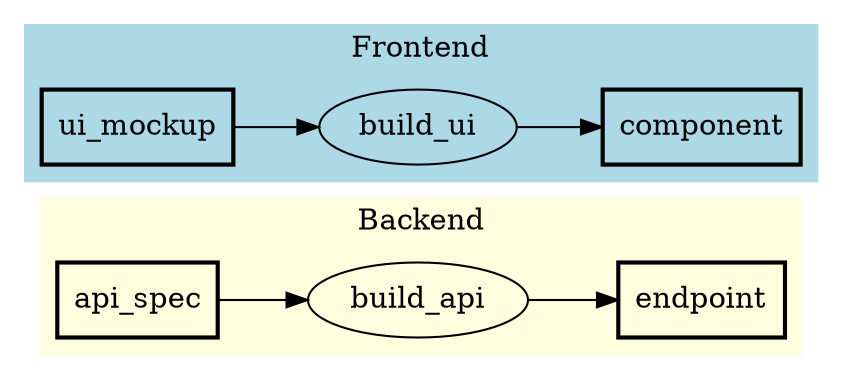
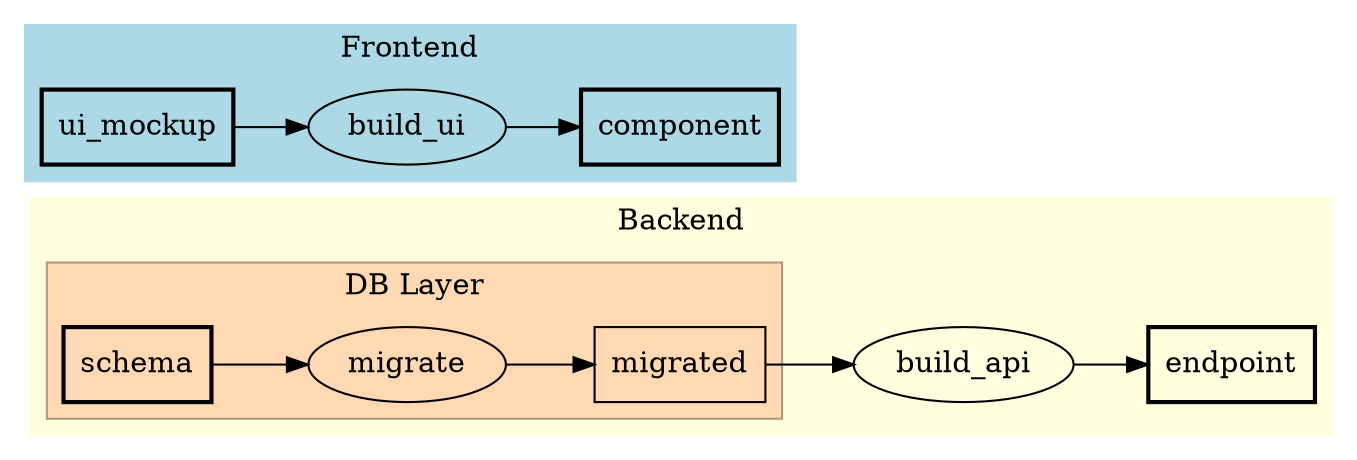
digraph PFDSL {
  rankdir=LR;
  newrank=true;

  subgraph cluster_backend {
    label="Backend";
    color="lightyellow";
    style="filled";
    fillcolor="lightyellow";
-     "api_spec" [shape=box, label="api_spec", penwidth="2"];
+     subgraph cluster_db {
+       label="DB Layer";
+       color="#b3987d";
+       style="filled";
+       fillcolor="#ffd9b3";
+       "migrate" [shape=ellipse, label="migrate"];
+       "migrated" [shape=box, label="migrated"];
+       "schema" [shape=box, label="schema", penwidth="2"];
+     }
    "build_api" [shape=ellipse, label="build_api"];
    "endpoint" [shape=box, label="endpoint", penwidth="2"];
  }
  subgraph cluster_frontend {
    label="Frontend";
    color="lightblue";
    style="filled";
    fillcolor="lightblue";
    "build_ui" [shape=ellipse, label="build_ui"];
    "component" [shape=box, label="component", penwidth="2"];
    "ui_mockup" [shape=box, label="ui_mockup", penwidth="2"];
  }

-   "api_spec" -> "build_api";
+   "schema" -> "migrate";
+   "migrate" -> "migrated";
+   "migrated" -> "build_api";
  "build_api" -> "endpoint";
  "ui_mockup" -> "build_ui";
  "build_ui" -> "component";
}
